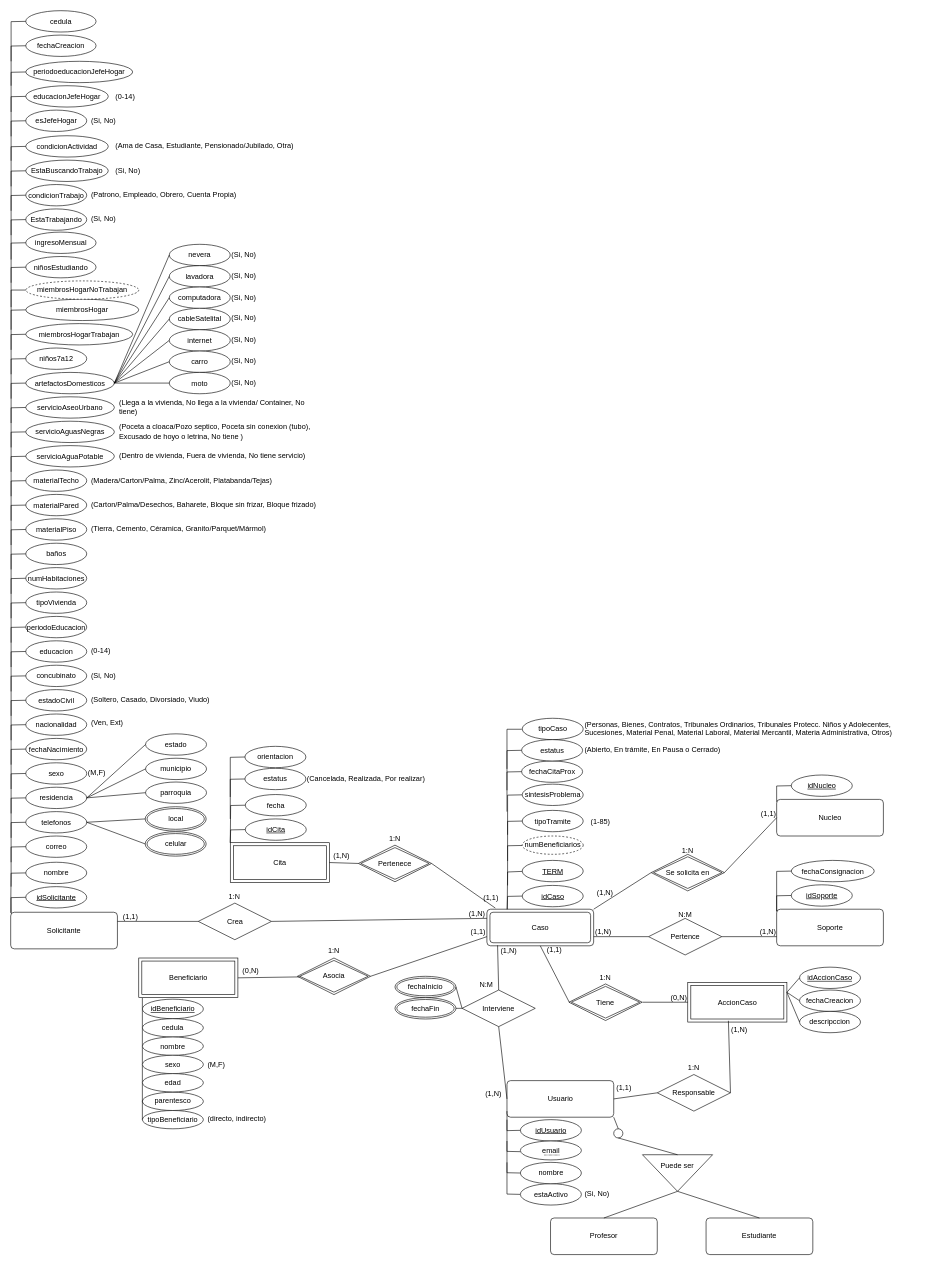
Before: page "Diagrama" (1 of 2) of doc/diagramaConceptual.drawio in DanielCarrenoMar/ClinicaJuridica-UCAB, a draw.io diagram. Source tidied: cells renumbered, new cells numbered last; positions are measured from the earlier drawing's top-left corner, leaving out a move shared by most shapes. Both pictures are drawn from the tidied source at 61%, with x=0, y=0 at pixel (10, 10).
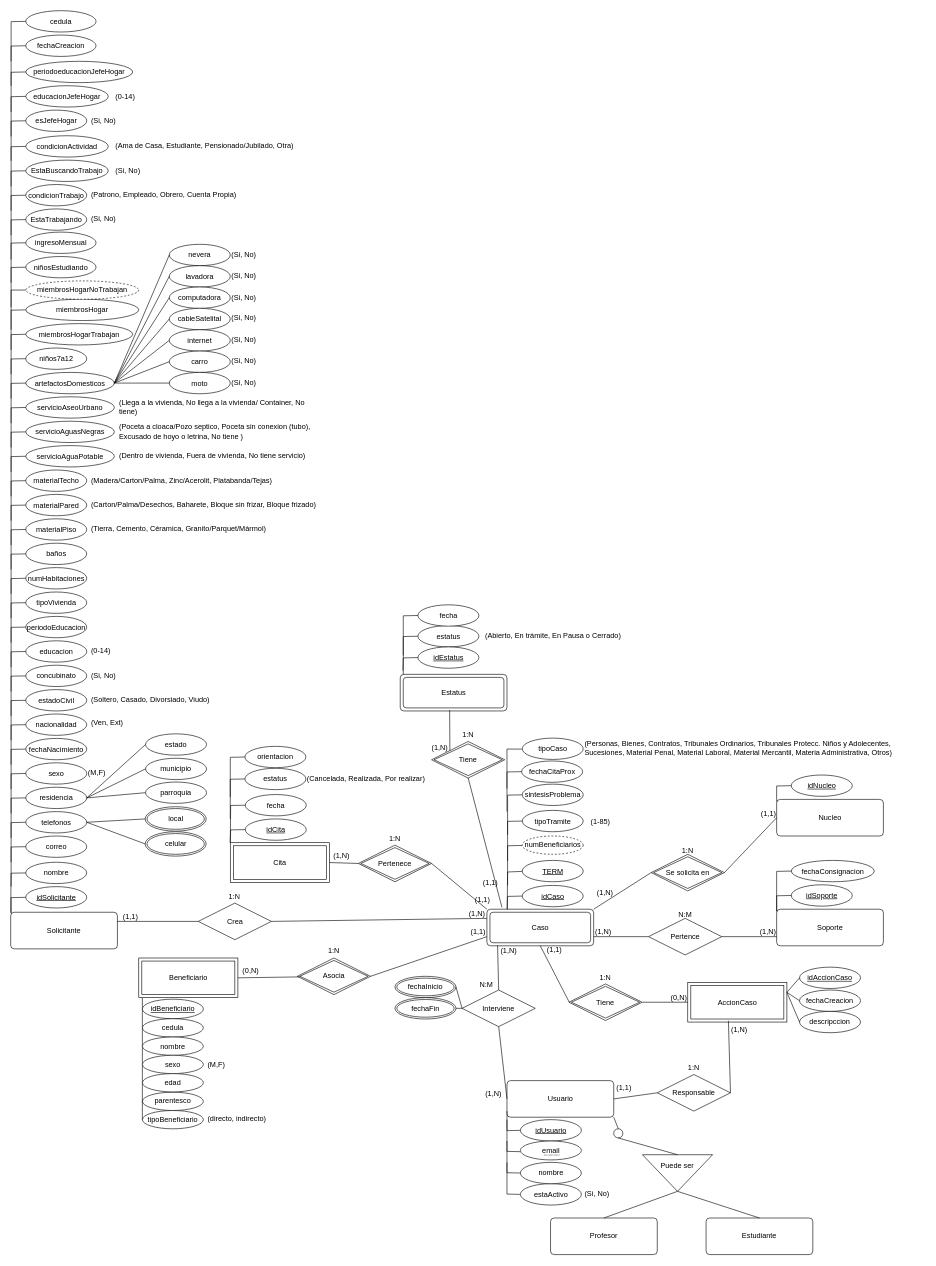
The same page after the edit.

Commit message (it also covers changes not shown here):
feat (diagrama Concep): entidad Estatus y correcciones ortograficas

Unchanged cells that the change refers to:
```xml
<mxCell id="3" value="Caso" style="rounded=1;arcSize=10;whiteSpace=wrap;html=1;align=center;shape=ext;margin=3;double=1;" parent="1" vertex="1">
  <mxGeometry x="780.7" y="1473" width="175" height="60" as="geometry" />
</mxCell>
<mxCell id="217" value="&lt;span style=&quot;color: rgb(0, 0, 0);&quot;&gt;Pertenece&lt;/span&gt;" style="shape=rhombus;double=1;perimeter=rhombusPerimeter;whiteSpace=wrap;html=1;align=center;" parent="215" vertex="1">
  <mxGeometry y="25" width="120" height="60" as="geometry" />
</mxCell>
```

Diff of the diagram source:
```diff
@@
     <mxCell id="5" value="tipoCaso" style="ellipse;whiteSpace=wrap;html=1;align=center;" parent="1" vertex="1">
-      <mxGeometry x="838.6" y="1160" width="100" height="35" as="geometry" />
+      <mxGeometry x="838.6" y="1192.5" width="100" height="35" as="geometry" />
     </mxCell>
@@
     <mxCell id="75" value="(Abierto, En trámite, En Pausa o Cerrado)" style="text;whiteSpace=wrap;html=1;" parent="1" vertex="1">
-      <mxGeometry x="938.6" y="1197.5" width="250" height="30" as="geometry" />
+      <mxGeometry x="776.1" y="1010.5" width="250" height="30" as="geometry" />
     </mxCell>
     <mxCell id="76" value="estatus" style="ellipse;whiteSpace=wrap;html=1;align=center;" parent="1" vertex="1">
-      <mxGeometry x="837.6" y="1195" width="100" height="35" as="geometry" />
+      <mxGeometry x="667.6" y="1008" width="100" height="35" as="geometry" />
     </mxCell>
     <mxCell id="77" style="endArrow=none;html=1;rounded=0;entryX=0;entryY=0.5;entryDx=0;entryDy=0;exitX=0.003;exitY=0.049;exitDx=0;exitDy=0;exitPerimeter=0;" parent="1" edge="1" target="76">
       <mxGeometry relative="1" as="geometry">
-        <mxPoint x="813.6" y="1278" as="sourcePoint" />
+        <mxPoint x="643.6" y="1091" as="sourcePoint" />
         <Array as="points">
-          <mxPoint x="813.6" y="1213" />
+          <mxPoint x="643.6" y="1026" />
         </Array>
       </mxGeometry>
     </mxCell>
@@
     <mxCell id="203" style="endArrow=none;html=1;rounded=0;entryX=0;entryY=0.5;entryDx=0;entryDy=0;exitX=0.003;exitY=0.049;exitDx=0;exitDy=0;exitPerimeter=0;" parent="1" edge="1">
       <mxGeometry relative="1" as="geometry">
-        <mxPoint x="813.6" y="1243" as="sourcePoint" />
-        <mxPoint x="837.9" y="1178" as="targetPoint" />
+        <mxPoint x="813.6" y="1275.5" as="sourcePoint" />
+        <mxPoint x="837.9" y="1210.5" as="targetPoint" />
         <Array as="points">
-          <mxPoint x="813.6" y="1178" />
+          <mxPoint x="813.6" y="1210.5" />
         </Array>
       </mxGeometry>
     </mxCell>
@@
-    <mxCell id="213" style="endArrow=none;html=1;rounded=0;entryX=0.079;entryY=-0.031;entryDx=0;entryDy=0;entryPerimeter=0;exitX=1;exitY=0.5;exitDx=0;exitDy=0;" parent="1" edge="1" source="217" target="3">
+    <mxCell id="213" style="endArrow=none;html=1;rounded=0;entryX=0;entryY=0;entryDx=0;entryDy=0;exitX=1;exitY=0.5;exitDx=0;exitDy=0;" parent="1" edge="1" source="217" target="3">
       <mxGeometry relative="1" as="geometry" />
     </mxCell>
@@
     <mxCell id="231" value="(Personas, Bienes, Contratos, Tribunales Ordinarios, Tribunales Protecc. Niños y Adolecentes, Sucesiones, Material Penal, Material Laboral, Material Mercantil, Materia Administrativa, Otros)" style="text;whiteSpace=wrap;html=1;" parent="1" vertex="1">
-      <mxGeometry x="938.6" y="1155.5" width="561.4" height="30" as="geometry" />
+      <mxGeometry x="938.6" y="1188" width="561.4" height="30" as="geometry" />
     </mxCell>
@@
+    <mxCell id="261" value="Estatus" style="rounded=1;arcSize=10;whiteSpace=wrap;html=1;align=center;shape=ext;margin=3;double=1;" parent="1" vertex="1">
+      <mxGeometry x="638.6" y="1088" width="175" height="60" as="geometry" />
+    </mxCell>
+    <mxCell id="262" value="idEstatus" style="ellipse;whiteSpace=wrap;html=1;align=center;fontStyle=4;" parent="1" vertex="1">
+      <mxGeometry x="667.6" y="1043" width="100" height="35" as="geometry" />
+    </mxCell>
+    <mxCell id="263" style="endArrow=none;html=1;rounded=0;entryX=0;entryY=0.5;entryDx=0;entryDy=0;exitX=0.19;exitY=0.003;exitDx=0;exitDy=0;exitPerimeter=0;" parent="1" edge="1" target="262">
+      <mxGeometry relative="1" as="geometry">
+        <mxPoint x="643" y="1082" as="sourcePoint" />
+        <Array as="points">
+          <mxPoint x="643.6" y="1061" />
+        </Array>
+      </mxGeometry>
+    </mxCell>
+    <mxCell id="264" value="fecha" style="ellipse;whiteSpace=wrap;html=1;align=center;" parent="1" vertex="1">
+      <mxGeometry x="667.6" y="974" width="100" height="35" as="geometry" />
+    </mxCell>
+    <mxCell id="265" style="endArrow=none;html=1;rounded=0;entryX=0;entryY=0.5;entryDx=0;entryDy=0;exitX=0.003;exitY=0.049;exitDx=0;exitDy=0;exitPerimeter=0;" parent="1" edge="1" target="264">
+      <mxGeometry relative="1" as="geometry">
+        <mxPoint x="643.6" y="1057" as="sourcePoint" />
+        <Array as="points">
+          <mxPoint x="643.6" y="992" />
+        </Array>
+      </mxGeometry>
+    </mxCell>
+    <mxCell id="266" style="group;" parent="1" vertex="1">
+      <mxGeometry x="690" y="1173" width="120" height="85" as="geometry" />
+    </mxCell>
+    <mxCell id="267" value="1:N" style="text;strokeColor=none;fillColor=none;spacingLeft=4;spacingRight=4;overflow=hidden;fontSize=12;whiteSpace=wrap;html=1;align=center;" parent="266" vertex="1">
+      <mxGeometry x="40" width="40" height="30" as="geometry" />
+    </mxCell>
+    <mxCell id="268" value="&lt;span style=&quot;color: rgb(0, 0, 0);&quot;&gt;Tiene&lt;/span&gt;" style="shape=rhombus;double=1;perimeter=rhombusPerimeter;whiteSpace=wrap;html=1;align=center;" parent="266" vertex="1">
+      <mxGeometry y="25" width="120" height="60" as="geometry" />
+    </mxCell>
+    <mxCell id="269" style="endArrow=none;html=1;rounded=0;entryX=0.141;entryY=-0.05;entryDx=0;entryDy=0;entryPerimeter=0;exitX=0.5;exitY=1;exitDx=0;exitDy=0;" parent="1" edge="1" source="268" target="3">
+      <mxGeometry relative="1" as="geometry" />
+    </mxCell>
+    <mxCell id="270" value="(1,1)" style="html=1;whiteSpace=wrap;align=right;verticalAlign=bottom;" parent="269" vertex="1">
+      <mxGeometry x="1" relative="1" as="geometry">
+        <mxPoint x="-5" y="-32" as="offset" />
+      </mxGeometry>
+    </mxCell>
+    <mxCell id="271" style="endArrow=none;html=1;rounded=0;entryX=0.463;entryY=0.977;entryDx=0;entryDy=0;exitX=0;exitY=0;exitDx=0;exitDy=0;entryPerimeter=0;" parent="1" edge="1" source="268" target="261">
+      <mxGeometry relative="1" as="geometry" />
+    </mxCell>
+    <mxCell id="272" value="(1,N)" style="html=1;whiteSpace=wrap;align=right;verticalAlign=bottom;" parent="271" vertex="1">
+      <mxGeometry x="1" relative="1" as="geometry">
+        <mxPoint x="-2" y="69" as="offset" />
+      </mxGeometry>
+    </mxCell>
```
